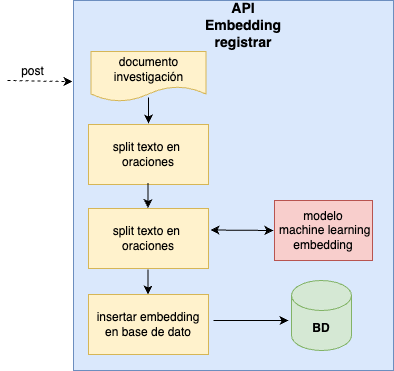
This is images/05-desarrollo/5_ciclo/diagramapiregistrar.png from javendaXgh/TG, a draw.io export, as it was before one commit. Source tidied: cells renumbered, new cells last; positions are measured from the earlier drawing's top-left corner, leaving out a move shared by most shapes.
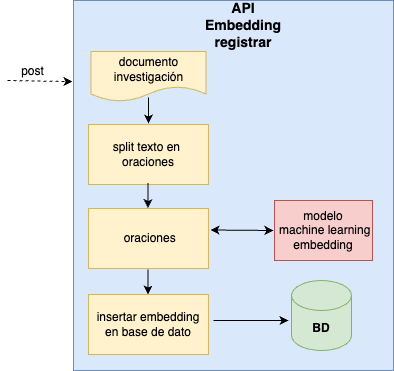
The same file after the commit.

Diff of the diagram source:
```diff
@@ -17,7 +17,7 @@
     <mxCell id="6" value="documento investigación" style="shape=document;whiteSpace=wrap;html=1;boundedLbl=1;fillColor=#fff2cc;strokeColor=#d6b656;" parent="1" vertex="1">
       <mxGeometry x="83.5" y="51" width="115" height="50" as="geometry" />
     </mxCell>
-    <mxCell id="7" value="split texto en&amp;nbsp;&lt;br&gt;oraciones" style="rounded=0;whiteSpace=wrap;html=1;fillColor=#fff2cc;strokeColor=#d6b656;" parent="1" vertex="1">
+    <mxCell id="7" value="&amp;nbsp;oraciones" style="rounded=0;whiteSpace=wrap;html=1;fillColor=#fff2cc;strokeColor=#d6b656;" parent="1" vertex="1">
       <mxGeometry x="81" y="208" width="120" height="60" as="geometry" />
     </mxCell>
     <mxCell id="8" value="modelo&lt;br&gt;&amp;nbsp;machine learning embedding" style="rounded=0;whiteSpace=wrap;html=1;fillColor=#f8cecc;strokeColor=#b85450;" parent="1" vertex="1">
```
